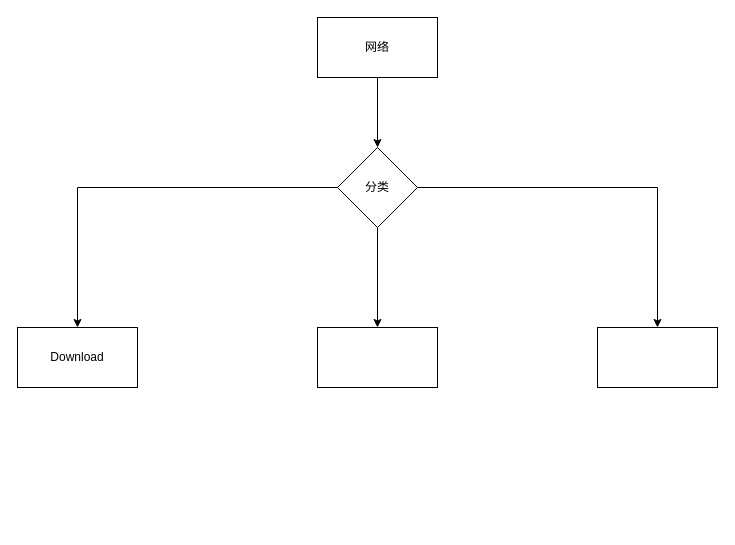
The draw.io diagram Untitled Diagram.drawio in xzp3094997376/DrawIO, before the edit. Source tidied: cells renumbered, new cells numbered last; positions are measured from the earlier drawing's top-left corner, leaving out a move shared by most shapes. Both pictures are drawn from the tidied source at 100%, with x=0, y=0 at pixel (17, 17).
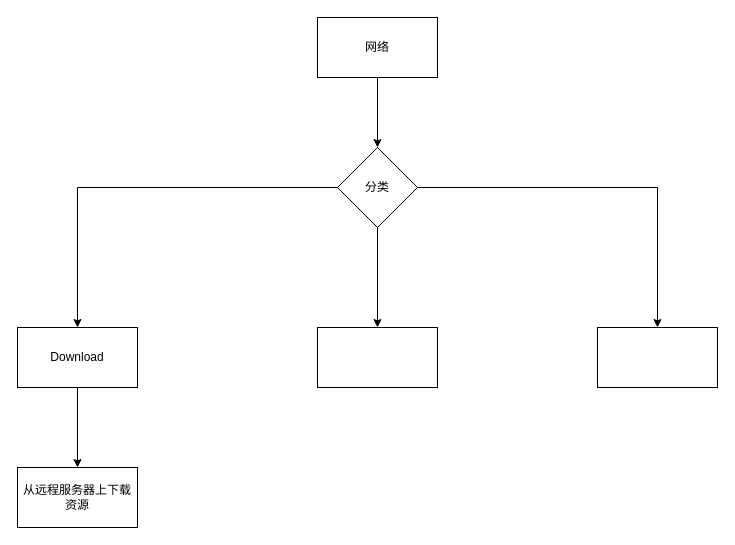
After the change.

What changed in the source:
```diff
@@
 <mxGraphModel>
   <root>
     <mxCell id="0" />
     <mxCell id="1" parent="0" />
     <mxCell id="2" style="edgeStyle=orthogonalEdgeStyle;rounded=0;jettySize=auto;html=1;" parent="1" edge="1" source="3" target="7">
       <mxGeometry relative="1" as="geometry" />
     </mxCell>
     <mxCell id="3" value="网络" style="whiteSpace=wrap;html=1;" parent="1" vertex="1">
       <mxGeometry x="300" width="120" height="60" as="geometry" />
     </mxCell>
     <mxCell id="4" style="edgeStyle=orthogonalEdgeStyle;rounded=0;jettySize=auto;html=1;" parent="1" edge="1" source="7" target="8">
       <mxGeometry relative="1" as="geometry" />
     </mxCell>
     <mxCell id="5" style="edgeStyle=orthogonalEdgeStyle;rounded=0;jettySize=auto;html=1;" parent="1" edge="1" source="7" target="9">
       <mxGeometry relative="1" as="geometry" />
     </mxCell>
     <mxCell id="6" style="edgeStyle=orthogonalEdgeStyle;rounded=0;jettySize=auto;html=1;" parent="1" edge="1" source="7" target="10">
       <mxGeometry relative="1" as="geometry" />
     </mxCell>
     <mxCell id="7" value="分类" style="rhombus;whiteSpace=wrap;html=1;" parent="1" vertex="1">
       <mxGeometry x="320" y="130" width="80" height="80" as="geometry" />
     </mxCell>
+    <mxCell id="11" style="edgeStyle=orthogonalEdgeStyle;rounded=0;jettySize=auto;html=1;" parent="1" edge="1" source="8" target="12">
+      <mxGeometry relative="1" as="geometry" />
+    </mxCell>
     <mxCell id="8" value="Download" style="whiteSpace=wrap;html=1;" parent="1" vertex="1">
       <mxGeometry y="310" width="120" height="60" as="geometry" />
     </mxCell>
     <mxCell id="9" style="whiteSpace=wrap;html=1;" parent="1" vertex="1">
       <mxGeometry x="300" y="310" width="120" height="60" as="geometry" />
     </mxCell>
     <mxCell id="10" style="whiteSpace=wrap;html=1;" parent="1" vertex="1">
       <mxGeometry x="580" y="310" width="120" height="60" as="geometry" />
     </mxCell>
+    <mxCell id="12" value="从远程服务器上下载资源" style="whiteSpace=wrap;html=1;" parent="1" vertex="1">
+      <mxGeometry y="450" width="120" height="60" as="geometry" />
+    </mxCell>
   </root>
 </mxGraphModel>
```
